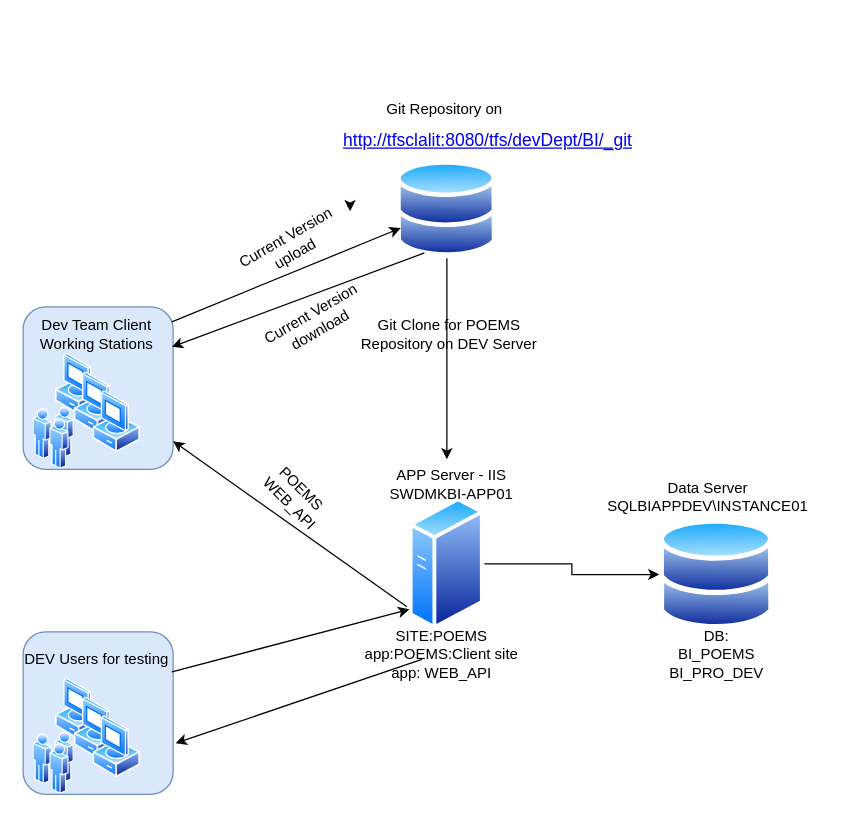
This is poems_dev.drawio from itaybaran/drawing, a draw.io file, before an edit. Source tidied: cells renumbered, new cells numbered last; positions are measured from the earlier drawing's top-left corner, leaving out a move shared by most shapes. Both pictures are drawn from the tidied source at 125%, with x=0, y=0 at pixel (21, 96).
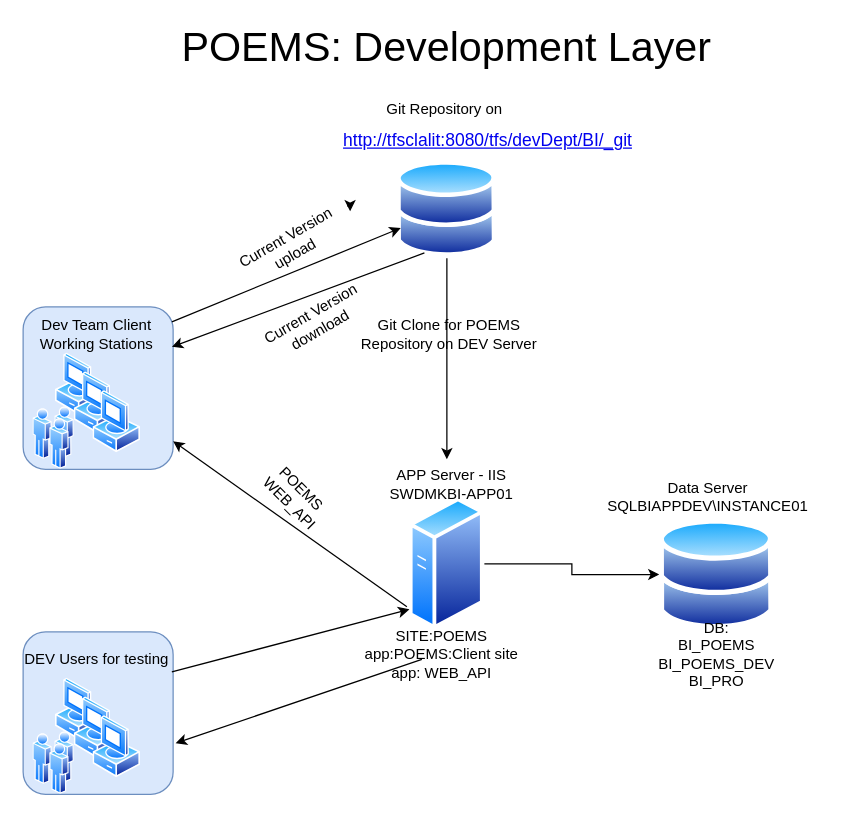
The same diagram, later.

Change to the diagram source:
```diff
@@
-    <mxCell id="38" value="DB:&lt;br&gt;BI_POEMS&lt;br&gt;BI_PRO_DEV" style="text;html=1;strokeColor=none;fillColor=none;align=center;verticalAlign=middle;whiteSpace=wrap;rounded=0;" parent="1" vertex="1">
+    <mxCell id="38" value="DB:&lt;br&gt;BI_POEMS&lt;br&gt;BI_POEMS_DEV&lt;br&gt;BI_PRO" style="text;html=1;strokeColor=none;fillColor=none;align=center;verticalAlign=middle;whiteSpace=wrap;rounded=0;" parent="1" vertex="1">
       <mxGeometry x="470.9" y="436.1" width="170" height="20" as="geometry" />
     </mxCell>
+    <mxCell id="39" value="POEMS: Development Layer" style="text;html=1;strokeColor=none;fillColor=none;align=center;verticalAlign=middle;whiteSpace=wrap;rounded=0;fontSize=33;" parent="1" vertex="1">
+      <mxGeometry x="110" y="-50" width="460" height="20" as="geometry" />
+    </mxCell>
```
